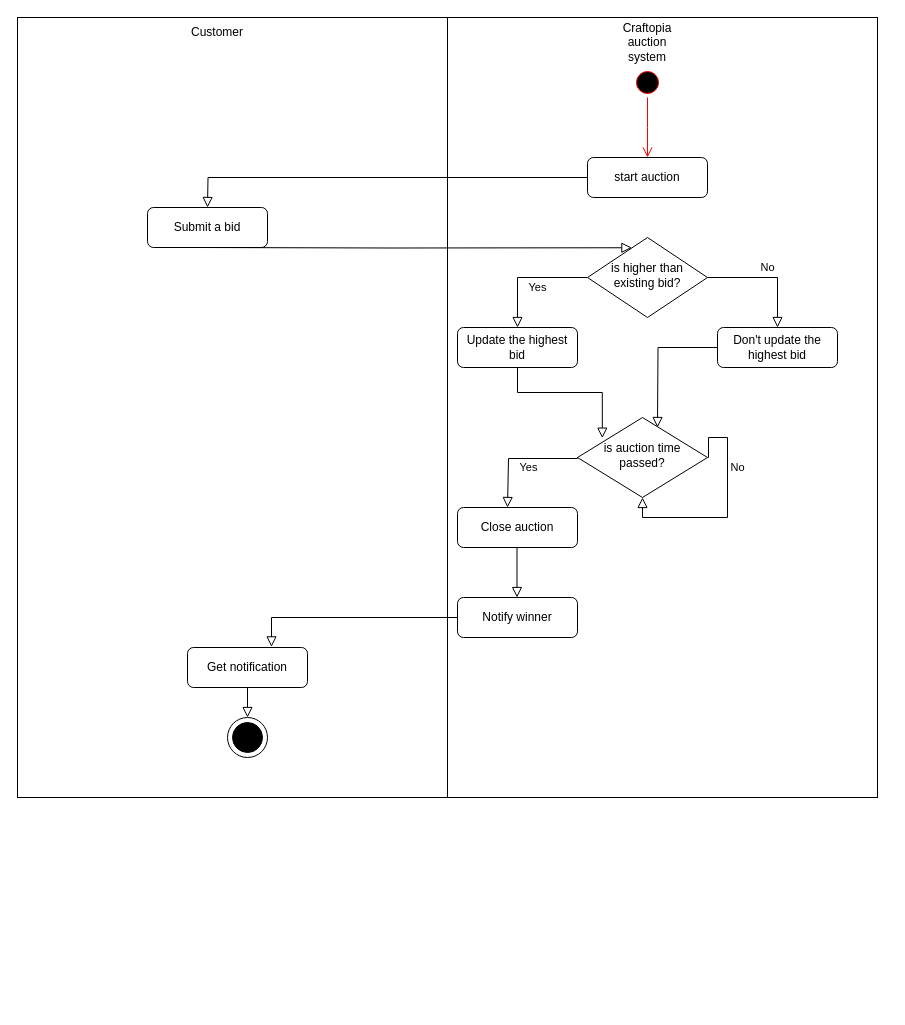
Before: Activity diagram/auction.drawio in alibedair/Graduation-Project, a draw.io diagram. Source tidied: cells renumbered, new cells numbered last; positions are measured from the earlier drawing's top-left corner, leaving out a move shared by most shapes. Both pictures are drawn from the tidied source at 100%, with x=0, y=0 at pixel (17, 17).
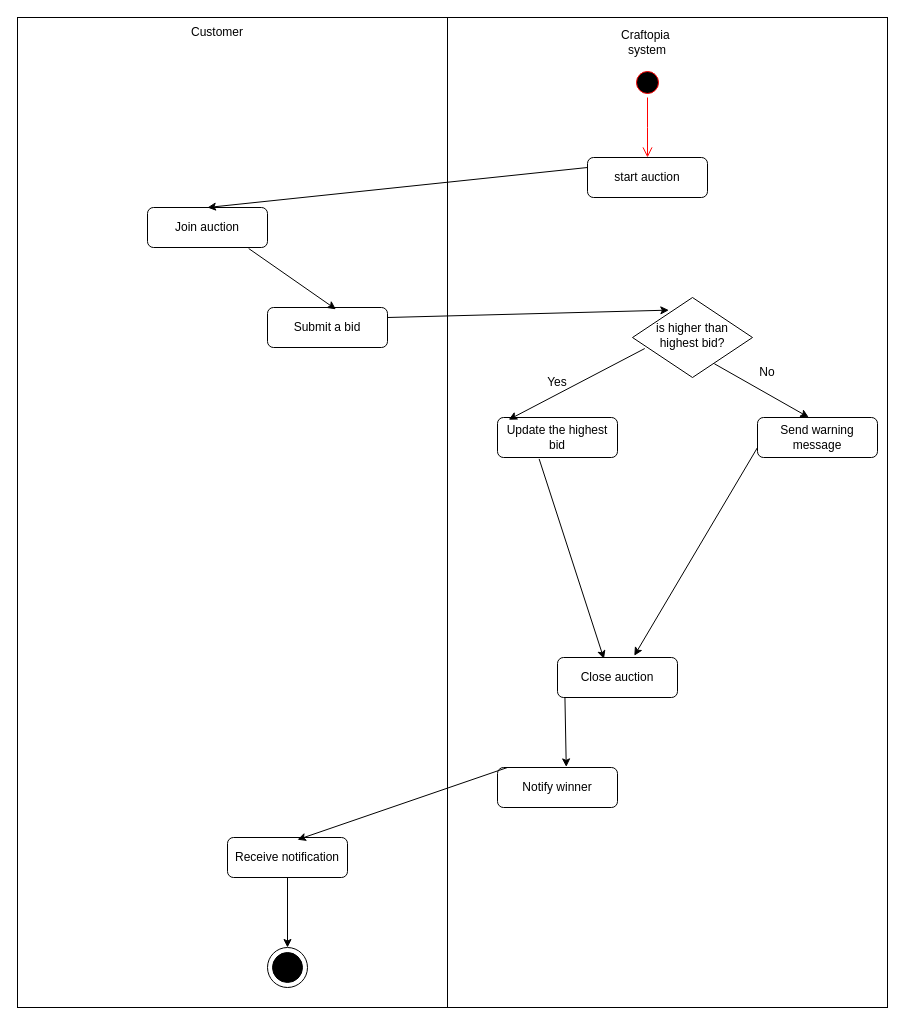
The same page after the edit.

The change refers to these unchanged cells:
```xml
<mxCell id="5" value="start auction" style="rounded=1;whiteSpace=wrap;html=1;fontSize=12;glass=0;strokeWidth=1;shadow=0;" parent="1" vertex="1">
  <mxGeometry x="570" y="140" width="120" height="40" as="geometry" />
</mxCell>
```

What changed in the source:
```diff
@@
     <mxCell id="2" style="rounded=0;whiteSpace=wrap;html=1;" parent="1" vertex="1">
-      <mxGeometry x="430" width="430" height="780" as="geometry" />
+      <mxGeometry x="430" width="440" height="990" as="geometry" />
     </mxCell>
     <mxCell id="3" style="rounded=0;whiteSpace=wrap;html=1;" parent="1" vertex="1">
-      <mxGeometry width="430" height="780" as="geometry" />
+      <mxGeometry width="430" height="990" as="geometry" />
     </mxCell>
-    <mxCell id="4" style="rounded=0;html=1;jettySize=auto;fontSize=11;endArrow=block;endFill=0;endSize=8;strokeWidth=1;shadow=0;labelBackgroundColor=none;edgeStyle=orthogonalEdgeStyle;" parent="1" edge="1" source="5">
-      <mxGeometry relative="1" as="geometry">
-        <mxPoint x="190" y="190" as="targetPoint" />
-      </mxGeometry>
-    </mxCell>
@@
-    <mxCell id="6" value="Submit a bid" style="rounded=1;whiteSpace=wrap;html=1;fontSize=12;glass=0;strokeWidth=1;shadow=0;" parent="1" vertex="1">
+    <mxCell id="6" value="Join auction" style="rounded=1;whiteSpace=wrap;html=1;fontSize=12;glass=0;strokeWidth=1;shadow=0;" parent="1" vertex="1">
       <mxGeometry x="130" y="190" width="120" height="40" as="geometry" />
     </mxCell>
-    <mxCell id="7" value="Yes" style="rounded=0;html=1;jettySize=auto;fontSize=11;endArrow=block;endFill=0;endSize=8;strokeWidth=1;shadow=0;labelBackgroundColor=none;edgeStyle=orthogonalEdgeStyle;" parent="1" edge="1" source="9" target="10">
-      <mxGeometry x="0.33" y="20" relative="1" as="geometry" />
-    </mxCell>
-    <mxCell id="8" value="No" style="edgeStyle=orthogonalEdgeStyle;rounded=0;html=1;jettySize=auto;fontSize=11;endArrow=block;endFill=0;endSize=8;strokeWidth=1;shadow=0;labelBackgroundColor=none;" parent="1" edge="1" source="9" target="11">
-      <mxGeometry y="10" relative="1" as="geometry" />
-    </mxCell>
-    <mxCell id="9" value="is higher than&lt;div&gt;existing bid?&lt;/div&gt;" style="rhombus;whiteSpace=wrap;html=1;shadow=0;fontFamily=Helvetica;fontSize=12;align=center;strokeWidth=1;spacing=6;spacingTop=-4;" parent="1" vertex="1">
-      <mxGeometry x="570" y="220" width="120" height="80" as="geometry" />
+    <mxCell id="9" value="is higher than&lt;div&gt;highest bid?&lt;/div&gt;" style="rhombus;whiteSpace=wrap;html=1;shadow=0;fontFamily=Helvetica;fontSize=12;align=center;strokeWidth=1;spacing=6;spacingTop=-4;" parent="1" vertex="1">
+      <mxGeometry x="615" y="280" width="120" height="80" as="geometry" />
     </mxCell>
     <mxCell id="10" value="Update the highest bid" style="rounded=1;whiteSpace=wrap;html=1;fontSize=12;glass=0;strokeWidth=1;shadow=0;" parent="1" vertex="1">
-      <mxGeometry x="440" y="310" width="120" height="40" as="geometry" />
+      <mxGeometry x="480" y="400" width="120" height="40" as="geometry" />
     </mxCell>
-    <mxCell id="11" value="Don't update the highest bid" style="rounded=1;whiteSpace=wrap;html=1;fontSize=12;glass=0;strokeWidth=1;shadow=0;" parent="1" vertex="1">
-      <mxGeometry x="700" y="310" width="120" height="40" as="geometry" />
+    <mxCell id="11" value="Send warning message" style="rounded=1;whiteSpace=wrap;html=1;fontSize=12;glass=0;strokeWidth=1;shadow=0;" parent="1" vertex="1">
+      <mxGeometry x="740" y="400" width="120" height="40" as="geometry" />
     </mxCell>
@@
-    <mxCell id="13" value="Craftopia auction system" style="text;html=1;align=center;verticalAlign=middle;whiteSpace=wrap;rounded=0;" parent="1" vertex="1">
+    <mxCell id="13" value="Craftopia&amp;nbsp; system" style="text;html=1;align=center;verticalAlign=middle;whiteSpace=wrap;rounded=0;" parent="1" vertex="1">
       <mxGeometry x="600" y="10" width="60" height="30" as="geometry" />
     </mxCell>
-    <mxCell id="14" style="rounded=0;html=1;jettySize=auto;fontSize=11;endArrow=block;endFill=0;endSize=8;strokeWidth=1;shadow=0;labelBackgroundColor=none;edgeStyle=orthogonalEdgeStyle;entryX=0.37;entryY=0.128;entryDx=0;entryDy=0;entryPerimeter=0;" parent="1" edge="1" target="9">
-      <mxGeometry x="0.33" y="20" relative="1" as="geometry">
-        <mxPoint x="179.5" y="230" as="sourcePoint" />
-      </mxGeometry>
-    </mxCell>
     <mxCell id="15" style="shape=mxgraph.sysml.actFinal;html=1;verticalLabelPosition=bottom;labelBackgroundColor=#ffffff;verticalAlign=top;" parent="1" vertex="1">
-      <mxGeometry x="210" y="700" width="40" height="40" as="geometry" />
+      <mxGeometry x="250" y="930" width="40" height="40" as="geometry" />
     </mxCell>
@@
-    <mxCell id="18" style="rounded=0;html=1;jettySize=auto;fontSize=11;endArrow=block;endFill=0;endSize=8;strokeWidth=1;shadow=0;labelBackgroundColor=none;edgeStyle=orthogonalEdgeStyle;entryX=0.191;entryY=0.258;entryDx=0;entryDy=0;entryPerimeter=0;" parent="1" edge="1" source="10" target="19">
-      <mxGeometry relative="1" as="geometry" />
-    </mxCell>
-    <mxCell id="19" value="is auction time passed&lt;span style=&quot;background-color: initial;&quot;&gt;?&lt;/span&gt;" style="rhombus;whiteSpace=wrap;html=1;shadow=0;fontFamily=Helvetica;fontSize=12;align=center;strokeWidth=1;spacing=6;spacingTop=-4;" parent="1" vertex="1">
-      <mxGeometry x="560" y="400" width="130" height="80" as="geometry" />
-    </mxCell>
-    <mxCell id="20" style="rounded=0;html=1;jettySize=auto;fontSize=11;endArrow=block;endFill=0;endSize=8;strokeWidth=1;shadow=0;labelBackgroundColor=none;edgeStyle=orthogonalEdgeStyle;" parent="1" edge="1" source="11">
-      <mxGeometry relative="1" as="geometry">
-        <mxPoint x="640" y="410" as="targetPoint" />
-      </mxGeometry>
-    </mxCell>
-    <mxCell id="21" value="Yes" style="rounded=0;html=1;jettySize=auto;orthogonalLoop=1;fontSize=11;endArrow=block;endFill=0;endSize=8;strokeWidth=1;shadow=0;labelBackgroundColor=none;edgeStyle=orthogonalEdgeStyle;" parent="1" edge="1">
-      <mxGeometry x="0.33" y="20" relative="1" as="geometry">
-        <mxPoint x="560" y="440" as="sourcePoint" />
-        <mxPoint x="490" y="490" as="targetPoint" />
-        <Array as="points">
-          <mxPoint x="560" y="441" />
-          <mxPoint x="491" y="441" />
-        </Array>
-      </mxGeometry>
-    </mxCell>
     <mxCell id="22" value="Close auction" style="rounded=1;whiteSpace=wrap;html=1;fontSize=12;glass=0;strokeWidth=1;shadow=0;" parent="1" vertex="1">
-      <mxGeometry x="440" y="490" width="120" height="40" as="geometry" />
+      <mxGeometry x="540" y="640" width="120" height="40" as="geometry" />
     </mxCell>
-    <mxCell id="23" style="rounded=0;html=1;jettySize=auto;fontSize=11;endArrow=block;endFill=0;endSize=8;strokeWidth=1;shadow=0;labelBackgroundColor=none;edgeStyle=orthogonalEdgeStyle;" parent="1" edge="1" source="22">
-      <mxGeometry relative="1" as="geometry">
-        <mxPoint x="499.5" y="580" as="targetPoint" />
-      </mxGeometry>
-    </mxCell>
     <mxCell id="24" value="Notify winner" style="rounded=1;whiteSpace=wrap;html=1;fontSize=12;glass=0;strokeWidth=1;shadow=0;" parent="1" vertex="1">
-      <mxGeometry x="440" y="580" width="120" height="40" as="geometry" />
+      <mxGeometry x="480" y="750" width="120" height="40" as="geometry" />
     </mxCell>
+    <mxCell id="26" value="Receive notification" style="rounded=1;whiteSpace=wrap;html=1;fontSize=12;glass=0;strokeWidth=1;shadow=0;" parent="1" vertex="1">
+      <mxGeometry x="210" y="820" width="120" height="40" as="geometry" />
+    </mxCell>
+    <mxCell id="29" value="Submit a bid" style="rounded=1;whiteSpace=wrap;html=1;fontSize=12;glass=0;strokeWidth=1;shadow=0;" parent="1" vertex="1">
+      <mxGeometry x="250" y="290" width="120" height="40" as="geometry" />
+    </mxCell>
+    <mxCell id="30" style="endArrow=classic;html=1;rounded=0;exitX=1;exitY=0.25;exitDx=0;exitDy=0;entryX=0.303;entryY=0.158;entryDx=0;entryDy=0;entryPerimeter=0;" parent="1" edge="1" source="29" target="9">
+      <mxGeometry relative="1" as="geometry" />
+    </mxCell>
+    <mxCell id="31" style="endArrow=classic;html=1;rounded=0;exitX=0.5;exitY=1;exitDx=0;exitDy=0;" parent="1" edge="1" source="26" target="15">
+      <mxGeometry relative="1" as="geometry" />
+    </mxCell>
+    <mxCell id="32" style="endArrow=classic;html=1;rounded=0;exitX=0.062;exitY=1.005;exitDx=0;exitDy=0;exitPerimeter=0;entryX=0.573;entryY=-0.015;entryDx=0;entryDy=0;entryPerimeter=0;" parent="1" edge="1" source="22" target="24">
+      <mxGeometry relative="1" as="geometry" />
+    </mxCell>
+    <mxCell id="33" style="endArrow=classic;html=1;rounded=0;exitX=0;exitY=0.75;exitDx=0;exitDy=0;entryX=0.64;entryY=-0.045;entryDx=0;entryDy=0;entryPerimeter=0;" parent="1" edge="1" source="11" target="22">
+      <mxGeometry relative="1" as="geometry" />
+    </mxCell>
+    <mxCell id="34" style="endArrow=classic;html=1;rounded=0;entryX=0.387;entryY=0.035;entryDx=0;entryDy=0;entryPerimeter=0;exitX=0.347;exitY=1.035;exitDx=0;exitDy=0;exitPerimeter=0;" parent="1" edge="1" source="10" target="22">
+      <mxGeometry relative="1" as="geometry" />
+    </mxCell>
+    <mxCell id="35" style="endArrow=classic;html=1;rounded=0;exitX=0;exitY=0.25;exitDx=0;exitDy=0;entryX=0.5;entryY=0;entryDx=0;entryDy=0;" parent="1" edge="1" source="5" target="6">
+      <mxGeometry relative="1" as="geometry" />
+    </mxCell>
+    <mxCell id="36" style="endArrow=classic;html=1;rounded=0;entryX=0.57;entryY=0.045;entryDx=0;entryDy=0;entryPerimeter=0;exitX=0.843;exitY=1.025;exitDx=0;exitDy=0;exitPerimeter=0;" parent="1" edge="1" source="6" target="29">
+      <mxGeometry relative="1" as="geometry" />
+    </mxCell>
-    <mxCell id="25" style="rounded=0;html=1;jettySize=auto;fontSize=11;endArrow=block;endFill=0;endSize=8;strokeWidth=1;shadow=0;labelBackgroundColor=none;edgeStyle=orthogonalEdgeStyle;exitX=0;exitY=0.5;exitDx=0;exitDy=0;entryX=0.7;entryY=-0.015;entryDx=0;entryDy=0;entryPerimeter=0;" parent="1" edge="1" source="24" target="26">
+    <mxCell id="25" style="endArrow=classic;html=1;rounded=0;exitX=0.083;exitY=0;exitDx=0;exitDy=0;exitPerimeter=0;entryX=0.583;entryY=0.055;entryDx=0;entryDy=0;entryPerimeter=0;" parent="1" edge="1" source="24" target="26">
       <mxGeometry relative="1" as="geometry" />
     </mxCell>
-    <mxCell id="26" value="Get notification" style="rounded=1;whiteSpace=wrap;html=1;fontSize=12;glass=0;strokeWidth=1;shadow=0;" parent="1" vertex="1">
-      <mxGeometry x="170" y="630" width="120" height="40" as="geometry" />
-    </mxCell>
-    <mxCell id="27" style="rounded=0;html=1;jettySize=auto;fontSize=11;endArrow=block;endFill=0;endSize=8;strokeWidth=1;shadow=0;labelBackgroundColor=none;edgeStyle=orthogonalEdgeStyle;entryX=0.5;entryY=0;entryDx=0;entryDy=0;entryPerimeter=0;" parent="1" edge="1" target="15">
-      <mxGeometry relative="1" as="geometry">
-        <mxPoint x="220.5" y="670" as="sourcePoint" />
-      </mxGeometry>
-    </mxCell>
-    <mxCell id="28" value="No" style="edgeStyle=orthogonalEdgeStyle;rounded=0;html=1;jettySize=auto;fontSize=11;endArrow=block;endFill=0;endSize=8;strokeWidth=1;shadow=0;labelBackgroundColor=none;" parent="1" edge="1" target="19">
-      <mxGeometry x="-0.38" y="10" relative="1" as="geometry">
-        <mxPoint x="690" y="440" as="sourcePoint" />
-        <Array as="points">
-          <mxPoint x="691" y="440" />
-          <mxPoint x="691" y="420" />
-          <mxPoint x="710" y="420" />
-          <mxPoint x="710" y="500" />
-          <mxPoint x="625" y="500" />
-        </Array>
-      </mxGeometry>
-    </mxCell>
+    <mxCell id="7" style="endArrow=classic;html=1;rounded=0;exitX=0.102;exitY=0.638;exitDx=0;exitDy=0;exitPerimeter=0;entryX=0.093;entryY=0.055;entryDx=0;entryDy=0;entryPerimeter=0;" parent="1" edge="1" source="9" target="10">
+      <mxGeometry relative="1" as="geometry" />
+    </mxCell>
+    <mxCell id="37" value="Yes" style="text;html=1;align=center;verticalAlign=middle;whiteSpace=wrap;rounded=0;" parent="1" vertex="1">
+      <mxGeometry x="510" y="350" width="60" height="30" as="geometry" />
+    </mxCell>
+    <mxCell id="8" style="endArrow=classic;html=1;rounded=0;entryX=0.427;entryY=-0.005;entryDx=0;entryDy=0;entryPerimeter=0;exitX=0.682;exitY=0.828;exitDx=0;exitDy=0;exitPerimeter=0;" parent="1" edge="1" source="9" target="11">
+      <mxGeometry relative="1" as="geometry" />
+    </mxCell>
+    <mxCell id="38" value="No" style="text;html=1;align=center;verticalAlign=middle;whiteSpace=wrap;rounded=0;" parent="1" vertex="1">
+      <mxGeometry x="720" y="340" width="60" height="30" as="geometry" />
+    </mxCell>
```
